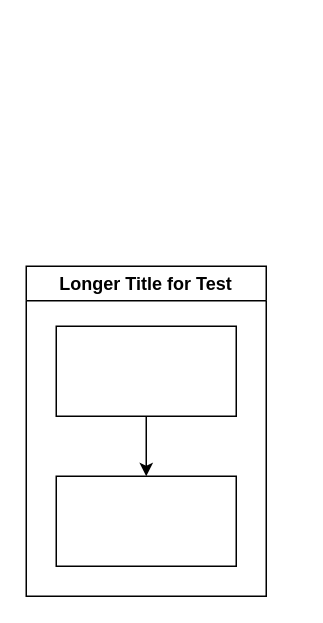
Above: example/example.drawio in fenriskiba/drawcsify (draw.io), before the change. Source tidied: cells renumbered, new cells numbered last; positions are measured from the earlier drawing's top-left corner, leaving out a move shared by most shapes. Both pictures are drawn from the tidied source at 150%, with x=0, y=0 at pixel (26, 266).
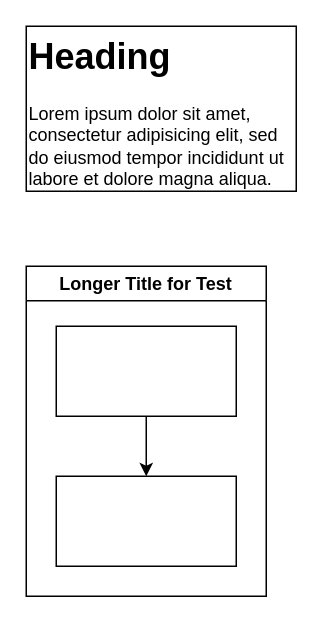
The same page after the edit.

What changed in the source:
```diff
@@
 <mxGraphModel>
   <root>
     <mxCell id="0" />
     <mxCell id="1" parent="0" />
     <mxCell id="2" value="Longer Title for Test" style="swimlane;strokeWidth=1;" parent="1" vertex="1">
       <mxGeometry width="160" height="220" as="geometry" />
     </mxCell>
     <mxCell id="3" style="edgeStyle=orthogonalEdgeStyle;rounded=0;jettySize=auto;html=1;" parent="2" edge="1" source="4" target="5">
       <mxGeometry relative="1" as="geometry" />
     </mxCell>
     <mxCell id="4" style="rounded=0;whiteSpace=wrap;html=1;" parent="2" vertex="1">
       <mxGeometry x="20" y="40" width="120" height="60" as="geometry" />
     </mxCell>
     <mxCell id="5" style="rounded=0;whiteSpace=wrap;html=1;" parent="2" vertex="1">
       <mxGeometry x="20" y="140" width="120" height="60" as="geometry" />
     </mxCell>
+    <mxCell id="6" value="&lt;h1 style=&quot;margin-top: 0px;&quot;&gt;Heading&lt;/h1&gt;&lt;p&gt;Lorem ipsum dolor sit amet, consectetur adipisicing elit, sed do eiusmod tempor incididunt ut labore et dolore magna aliqua.&lt;/p&gt;" style="text;html=1;whiteSpace=wrap;overflow=hidden;rounded=0;strokeColor=default;" parent="1" vertex="1">
+      <mxGeometry y="-160" width="180" height="110" as="geometry" />
+    </mxCell>
   </root>
 </mxGraphModel>
```
